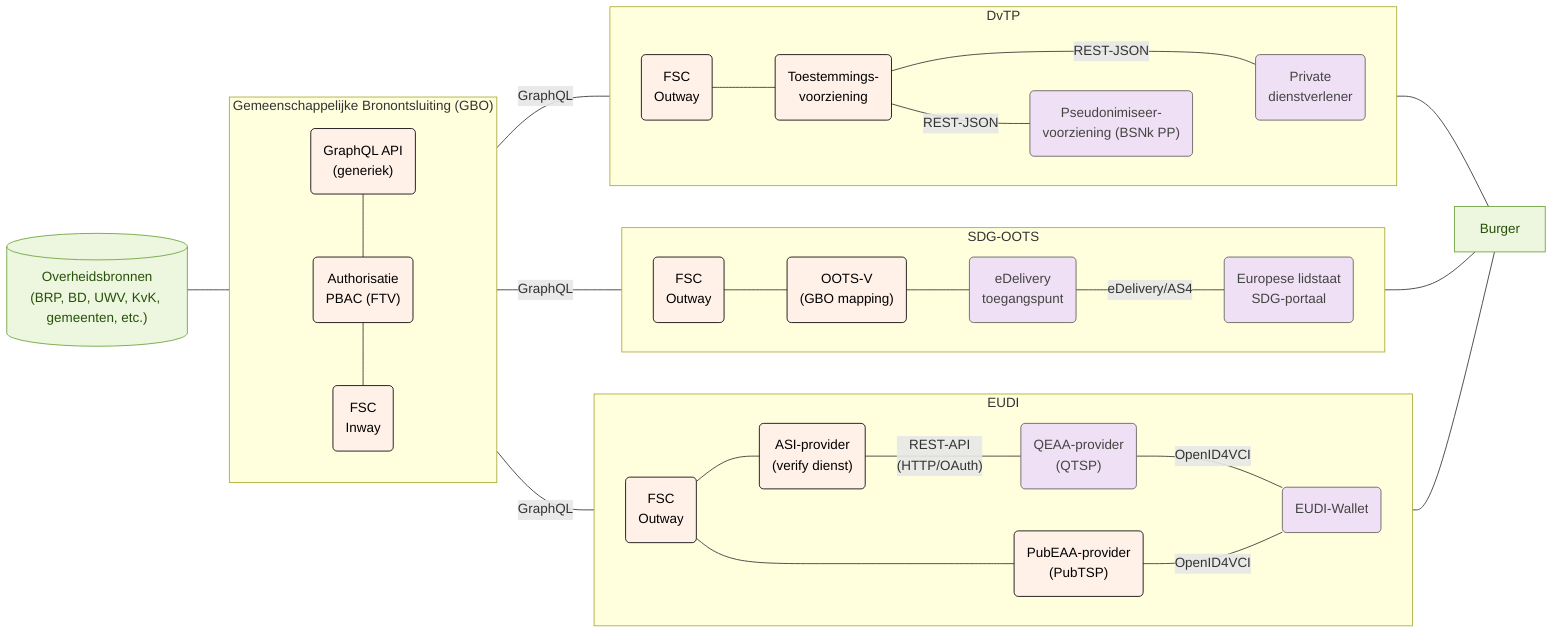
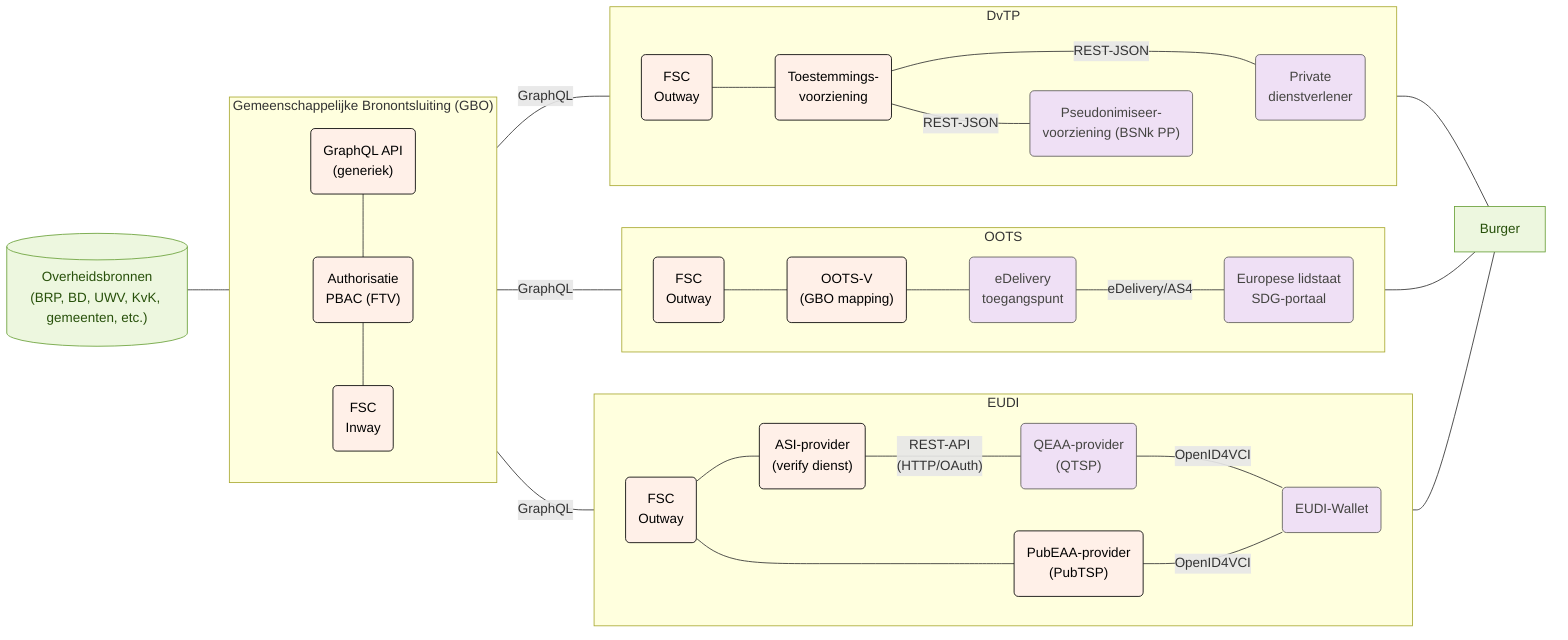
flowchart LR
  subgraph gbo["Gemeenschappelijke Bronontsluiting (GBO)"]
    direction TB
        fsc_pap("Authorisatie<br>PBAC (FTV)")
        fsc("GraphQL API<br/>(generiek)")
        fsc_inway("FSC<br/>Inway")
  end
    subgraph eudi["EUDI"]
        direction LR
            eudi_outway("FSC<br/>Outway")
            eudi_asi("ASI-provider<br/>(verify dienst)")
            eudi_pubeaa("PubEAA-provider<br/>(PubTSP)")
            eudi_qeaa("QEAA-provider<br/>(QTSP)")
            eudi_wallet("EUDI-Wallet")
    end
-     subgraph oots["SDG-OOTS"]
+     subgraph oots["OOTS"]
        direction LR
            oots_outway("FSC<br/>Outway")
            oots_adapter("OOTS-V<br/>(GBO mapping)")
            oots_basis("eDelivery<br/>toegangspunt")
            oots_afnemer("Europese lidstaat<br/>SDG-portaal")
    end
    subgraph dvtp["DvTP"]
        direction LR
            dvtp_outway("FSC<br/>Outway")
            dvtp_toestemming("Toestemmings-<br/>voorziening")
            dvtp_pseudoniem("Pseudonimiseer-<br/>voorziening (BSNk PP)")
            dvtp_afnemer("Private<br/>dienstverlener")
    end

  fsc --- fsc_pap --- fsc_inway
  bron[("Overheidsbronnen<br/>(BRP, BD, UWV, KvK, gemeenten, etc.)")] --- fsc

  fsc_inway -- GraphQL --- eudi_outway & oots_outway & dvtp_outway

  eudi_outway --- eudi_asi
  eudi_outway --- eudi_pubeaa
  eudi_asi -- REST-API<br/>(HTTP/OAuth) --- eudi_qeaa
  eudi_qeaa -- OpenID4VCI --- eudi_wallet
  eudi_pubeaa -- OpenID4VCI --- eudi_wallet

  oots_outway --- oots_adapter --- oots_basis
  oots_basis -- eDelivery/AS4 --- oots_afnemer

  dvtp_outway --- dvtp_toestemming
  dvtp_toestemming -- REST-JSON --- dvtp_afnemer
  dvtp_toestemming -- REST-JSON --- dvtp_pseudoniem
  dvtp_pseudoniem ~~~ dvtp_afnemer


  eudi_wallet --- burger["Burger"]
  oots_afnemer --- burger
  dvtp_afnemer --- burger

  fsc_pap:::gbo
  fsc:::gbo
  fsc_inway:::gbo
  eudi_outway:::gbo
  eudi_asi:::gbo
  eudi_pubeaa:::gbo
  eudi_qeaa:::eudi
  eudi_wallet:::eudi
  oots_outway:::gbo
  oots_adapter:::gbo
  oots_basis:::oots
  oots_afnemer:::oots
  dvtp_outway:::gbo
  dvtp_toestemming:::gbo
  dvtp_pseudoniem:::dvtp
  dvtp_afnemer:::dvtp
  bron:::bron
  burger:::burger

  style x fill:#fff,stroke:#fff,color:#fff

  classDef bron fill:#edf7df,stroke:#6aa13a,color:#27500a
  classDef eudi fill:#efe0f5,stroke:#5f5e5a,color:#444441
  classDef oots fill:#efe0f5,stroke:#5f5e5a,color:#444441
  classDef dvtp fill:#efe0f5,stroke:#5f5e5a,color:#444441
  classDef fds fill:#efe0f5,stroke:#5f5e5a,color:#444441
  classDef gbo fill:#fff0e8,stroke:#000000,color:#000000
  classDef burger fill:#edf7df,stroke:#6aa13a,color:#27500a
  classDef swimlanes fill:#fff